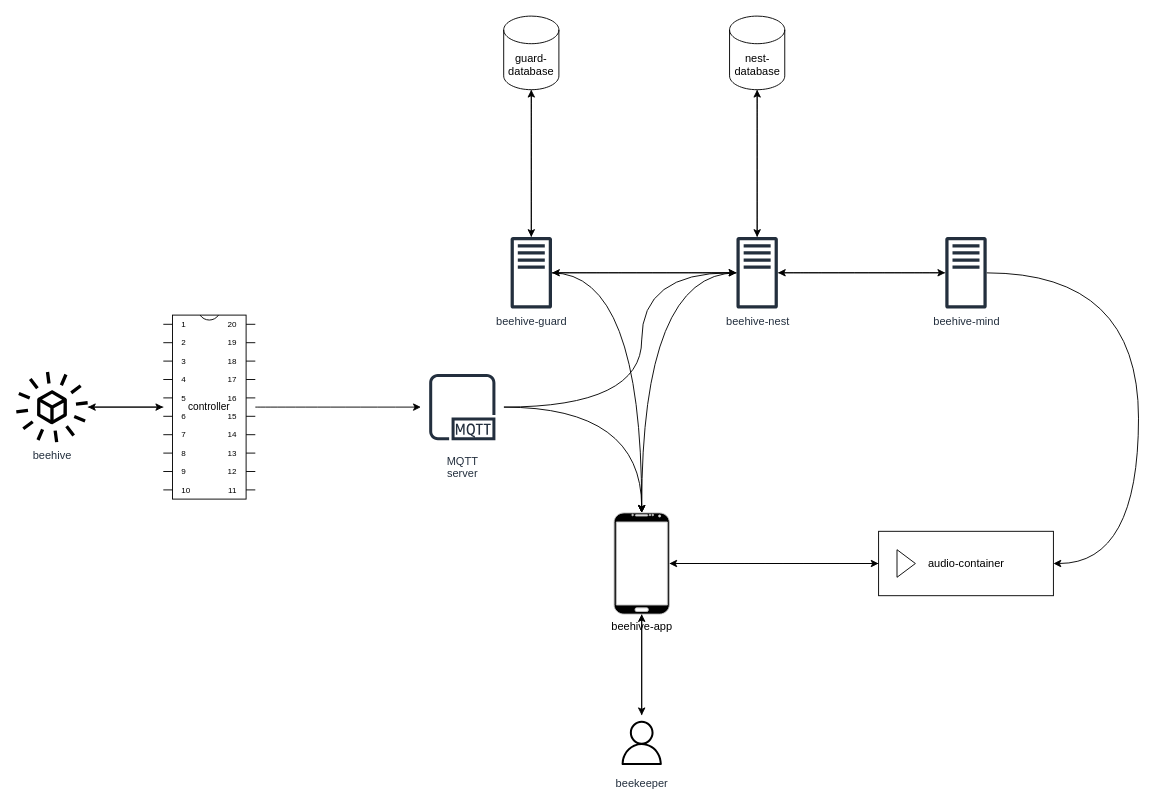
This is docs/architecture_diagram.drawio from carlos-montano-hub/bumblebee, a draw.io file, before an edit. Source tidied: cells renumbered, new cells numbered last; positions are measured from the earlier drawing's top-left corner, leaving out a move shared by most shapes. Both pictures are drawn from the tidied source at 92%, with x=0, y=0 at pixel (16, 16).
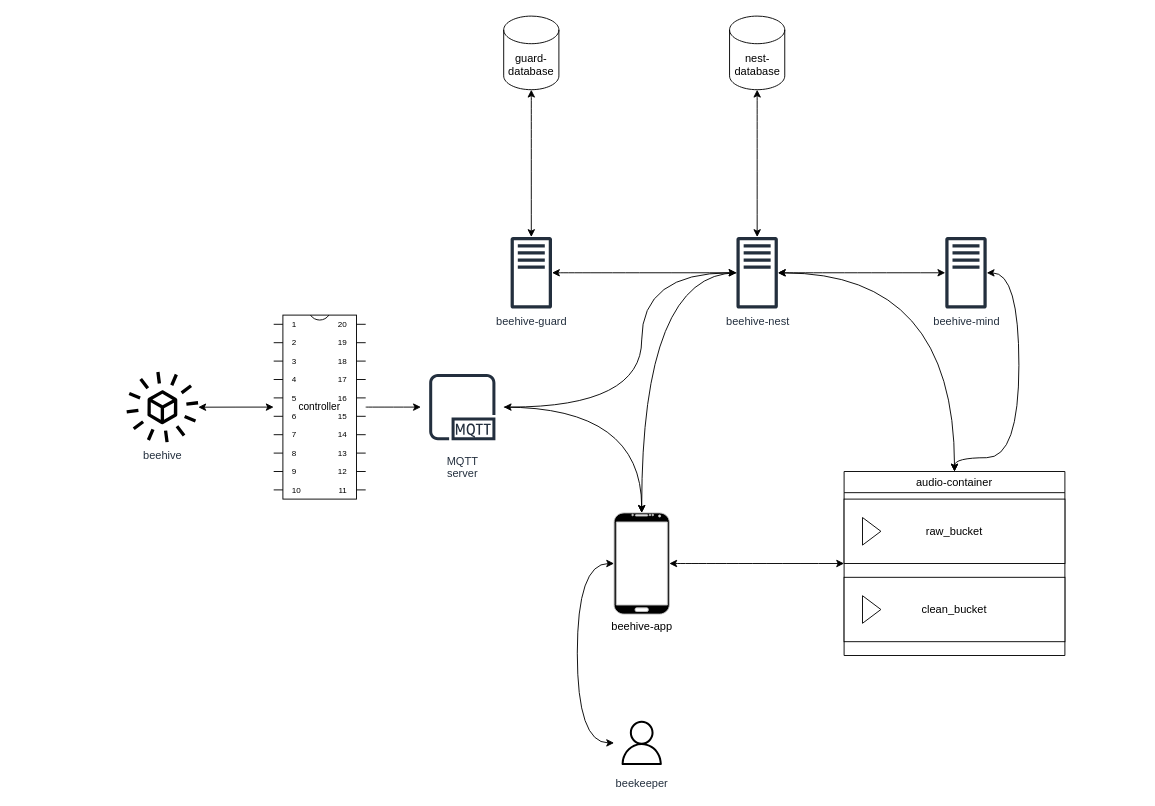
The same diagram, later.

The change refers to these unchanged cells:
```xml
<mxCell id="6" value="beehive-nest" style="sketch=0;outlineConnect=0;fontColor=#232F3E;gradientColor=none;fillColor=#232F3D;strokeColor=none;dashed=0;verticalLabelPosition=bottom;verticalAlign=top;align=center;html=1;fontSize=12;fontStyle=0;shape=mxgraph.aws4.traditional_server;" parent="1" vertex="1">
  <mxGeometry x="783" y="240" width="45" height="78" as="geometry" />
</mxCell>
<mxCell id="10" value="beehive-guard" style="sketch=0;outlineConnect=0;fontColor=#232F3E;gradientColor=none;fillColor=#232F3D;strokeColor=none;dashed=0;verticalLabelPosition=bottom;verticalAlign=top;align=center;html=1;fontSize=12;fontStyle=0;shape=mxgraph.aws4.traditional_server;" parent="1" vertex="1">
  <mxGeometry x="537.5" y="240" width="45" height="78" as="geometry" />
</mxCell>
<mxCell id="13" value="beehive-mind" style="sketch=0;outlineConnect=0;fontColor=#232F3E;gradientColor=none;fillColor=#232F3D;strokeColor=none;dashed=0;verticalLabelPosition=bottom;verticalAlign=top;align=center;html=1;fontSize=12;fontStyle=0;shape=mxgraph.aws4.traditional_server;" parent="1" vertex="1">
  <mxGeometry x="1010" y="240" width="45" height="78" as="geometry" />
</mxCell>
<mxCell id="15" value="nest-database" style="shape=cylinder3;whiteSpace=wrap;html=1;boundedLbl=1;backgroundOutline=1;size=15;" parent="1" vertex="1">
  <mxGeometry x="775.5" width="60" height="80" as="geometry" />
</mxCell>
<mxCell id="17" value="guard-database" style="shape=cylinder3;whiteSpace=wrap;html=1;boundedLbl=1;backgroundOutline=1;size=15;" parent="1" vertex="1">
  <mxGeometry x="530" width="60" height="80" as="geometry" />
</mxCell>
<mxCell id="23" value="MQTT&lt;br&gt;server" style="sketch=0;outlineConnect=0;fontColor=#232F3E;gradientColor=none;strokeColor=#232F3E;fillColor=#ffffff;dashed=0;verticalLabelPosition=bottom;verticalAlign=top;align=center;html=1;fontSize=12;fontStyle=0;shape=mxgraph.aws4.resourceIcon;resIcon=mxgraph.aws4.mqtt_protocol;fontFamily=Helvetica;labelBackgroundColor=default;" parent="1" vertex="1">
  <mxGeometry x="440" y="380" width="90" height="90" as="geometry" />
</mxCell>
<mxCell id="29" value="beehive-app" style="verticalLabelPosition=bottom;verticalAlign=top;html=1;shadow=0;dashed=0;strokeWidth=1;shape=mxgraph.android.phone2;strokeColor=#c0c0c0;fillColor=#00000;gradientColor=none;" parent="1" vertex="1">
  <mxGeometry x="650" y="540" width="60" height="110" as="geometry" />
</mxCell>
<mxCell id="33" value="beekeeper" style="sketch=0;outlineConnect=0;fontColor=#232F3E;gradientColor=none;strokeColor=#000000;fillColor=#ffffff;dashed=0;verticalLabelPosition=bottom;verticalAlign=top;align=center;html=1;fontSize=12;fontStyle=0;shape=mxgraph.aws4.resourceIcon;resIcon=mxgraph.aws4.user;" parent="1" vertex="1">
  <mxGeometry x="650" y="760" width="60" height="60" as="geometry" />
</mxCell>
```

The edit, as a diff of the source:
```diff
@@
-    <mxCell id="2" style="edgeStyle=orthogonalEdgeStyle;curved=1;html=1;" parent="1" edge="1" source="6" target="10">
-      <mxGeometry relative="1" as="geometry" />
-    </mxCell>
-    <mxCell id="3" style="edgeStyle=orthogonalEdgeStyle;curved=1;html=1;" parent="1" edge="1" source="6" target="15">
-      <mxGeometry relative="1" as="geometry" />
-    </mxCell>
+    <mxCell id="5" style="edgeStyle=orthogonalEdgeStyle;curved=1;html=1;" parent="1" edge="1" source="6" target="29">
+      <mxGeometry relative="1" as="geometry" />
+    </mxCell>
-    <mxCell id="4" style="edgeStyle=orthogonalEdgeStyle;curved=1;html=1;" parent="1" edge="1" source="6" target="13">
+    <mxCell id="4" style="edgeStyle=orthogonalEdgeStyle;shape=connector;curved=1;rounded=1;html=1;labelBackgroundColor=default;strokeColor=default;fontFamily=Helvetica;fontSize=11;fontColor=default;startArrow=classic;startFill=1;endArrow=classic;" parent="1" edge="1" source="6" target="13">
       <mxGeometry relative="1" as="geometry" />
     </mxCell>
-    <mxCell id="5" style="edgeStyle=orthogonalEdgeStyle;curved=1;html=1;" parent="1" edge="1" source="6" target="29">
-      <mxGeometry relative="1" as="geometry" />
-    </mxCell>
+    <mxCell id="34" style="edgeStyle=orthogonalEdgeStyle;shape=connector;curved=1;rounded=1;html=1;labelBackgroundColor=default;strokeColor=default;fontFamily=Helvetica;fontSize=11;fontColor=default;startArrow=classic;startFill=1;endArrow=classic;" parent="1" edge="1" source="6" target="37">
+      <mxGeometry relative="1" as="geometry" />
+    </mxCell>
@@
-    <mxCell id="7" style="edgeStyle=orthogonalEdgeStyle;curved=1;html=1;" parent="1" edge="1" source="10" target="6">
+    <mxCell id="7" style="edgeStyle=orthogonalEdgeStyle;shape=connector;curved=1;rounded=1;html=1;labelBackgroundColor=default;strokeColor=default;fontFamily=Helvetica;fontSize=11;fontColor=default;startArrow=classic;startFill=1;endArrow=classic;" parent="1" edge="1" source="10" target="6">
       <mxGeometry relative="1" as="geometry" />
     </mxCell>
-    <mxCell id="8" style="edgeStyle=orthogonalEdgeStyle;curved=1;html=1;" parent="1" edge="1" source="10" target="17">
-      <mxGeometry relative="1" as="geometry" />
-    </mxCell>
-    <mxCell id="9" style="edgeStyle=orthogonalEdgeStyle;curved=1;html=1;" parent="1" edge="1" source="10" target="29">
-      <mxGeometry relative="1" as="geometry" />
-    </mxCell>
@@
-    <mxCell id="11" style="edgeStyle=orthogonalEdgeStyle;curved=1;html=1;" parent="1" edge="1" source="13" target="19">
-      <mxGeometry relative="1" as="geometry">
-        <Array as="points">
-          <mxPoint x="1220" y="279" />
-          <mxPoint x="1220" y="595" />
-        </Array>
-      </mxGeometry>
-    </mxCell>
-    <mxCell id="12" style="edgeStyle=orthogonalEdgeStyle;curved=1;html=1;" parent="1" edge="1" source="13" target="6">
-      <mxGeometry relative="1" as="geometry" />
-    </mxCell>
+    <mxCell id="35" style="edgeStyle=orthogonalEdgeStyle;shape=connector;curved=1;rounded=1;html=1;labelBackgroundColor=default;strokeColor=default;fontFamily=Helvetica;fontSize=11;fontColor=default;startArrow=classic;startFill=1;endArrow=classic;" parent="1" edge="1" source="13" target="37">
+      <mxGeometry relative="1" as="geometry">
+        <Array as="points">
+          <mxPoint x="1090" y="279" />
+          <mxPoint x="1090" y="480" />
+          <mxPoint x="1020" y="480" />
+        </Array>
+      </mxGeometry>
+    </mxCell>
@@
-    <mxCell id="14" style="edgeStyle=orthogonalEdgeStyle;curved=1;html=1;" parent="1" edge="1" source="15" target="6">
+    <mxCell id="14" style="edgeStyle=orthogonalEdgeStyle;shape=connector;curved=1;rounded=1;html=1;labelBackgroundColor=default;strokeColor=default;fontFamily=Helvetica;fontSize=11;fontColor=default;startArrow=classic;startFill=1;endArrow=classic;" parent="1" edge="1" source="15" target="6">
       <mxGeometry relative="1" as="geometry" />
     </mxCell>
@@
-    <mxCell id="16" style="edgeStyle=orthogonalEdgeStyle;curved=1;html=1;" parent="1" edge="1" source="17" target="10">
+    <mxCell id="16" style="edgeStyle=orthogonalEdgeStyle;shape=connector;curved=1;rounded=1;html=1;labelBackgroundColor=default;strokeColor=default;fontFamily=Helvetica;fontSize=11;fontColor=default;startArrow=classic;startFill=1;endArrow=classic;" parent="1" edge="1" source="17" target="10">
       <mxGeometry relative="1" as="geometry" />
     </mxCell>
@@
-    <mxCell id="18" style="edgeStyle=orthogonalEdgeStyle;curved=1;html=1;" parent="1" edge="1" source="19" target="29">
-      <mxGeometry relative="1" as="geometry" />
-    </mxCell>
-    <mxCell id="19" value="audio-container" style="html=1;whiteSpace=wrap;" parent="1" vertex="1">
-      <mxGeometry x="937.5" y="560" width="190" height="70" as="geometry" />
-    </mxCell>
-    <mxCell id="20" style="triangle;html=1;whiteSpace=wrap;" parent="19" vertex="1">
-      <mxGeometry x="20" y="20" width="20" height="30" as="geometry" />
-    </mxCell>
@@
-    <mxCell id="22" style="edgeStyle=orthogonalEdgeStyle;curved=1;html=1;" parent="1" edge="1" source="23" target="6">
+    <mxCell id="22" style="edgeStyle=orthogonalEdgeStyle;curved=1;html=1;startArrow=classic;startFill=1;" parent="1" edge="1" source="23" target="6">
       <mxGeometry relative="1" as="geometry">
         <Array as="points">
           <mxPoint x="680" y="425" />
           <mxPoint x="680" y="279" />
         </Array>
       </mxGeometry>
     </mxCell>
@@
-    <mxCell id="25" style="edgeStyle=none;html=1;" parent="1" edge="1" source="26" target="31">
+    <mxCell id="25" style="edgeStyle=orthogonalEdgeStyle;shape=connector;curved=1;rounded=1;html=1;labelBackgroundColor=default;strokeColor=default;fontFamily=Helvetica;fontSize=11;fontColor=default;startArrow=classic;startFill=1;endArrow=classic;" parent="1" edge="1" source="26" target="31">
       <mxGeometry relative="1" as="geometry" />
     </mxCell>
     <mxCell id="26" value="controller" style="shadow=0;dashed=0;align=center;html=1;strokeWidth=1;shape=mxgraph.electrical.logic_gates.dual_inline_ic;labelNames=a,b,c,d,e,f,g,h,i,j,k,l,m,n,o,p,q,r,s,t;whiteSpace=wrap;fontFamily=Helvetica;fontSize=11;fontColor=default;labelBackgroundColor=default;" parent="1" vertex="1">
-      <mxGeometry x="160" y="325" width="100" height="200" as="geometry" />
+      <mxGeometry x="280" y="325" width="100" height="200" as="geometry" />
     </mxCell>
-    <mxCell id="27" style="edgeStyle=orthogonalEdgeStyle;curved=1;html=1;" parent="1" edge="1" source="29" target="19">
-      <mxGeometry relative="1" as="geometry" />
-    </mxCell>
-    <mxCell id="28" style="edgeStyle=none;html=1;" parent="1" edge="1" source="29" target="33">
-      <mxGeometry relative="1" as="geometry" />
-    </mxCell>
+    <mxCell id="36" style="edgeStyle=orthogonalEdgeStyle;shape=connector;curved=1;rounded=1;html=1;labelBackgroundColor=default;strokeColor=default;fontFamily=Helvetica;fontSize=11;fontColor=default;startArrow=classic;startFill=1;endArrow=classic;" parent="1" edge="1" source="29" target="37">
+      <mxGeometry relative="1" as="geometry" />
+    </mxCell>
@@
-    <mxCell id="30" style="edgeStyle=none;html=1;" parent="1" edge="1" source="31" target="26">
-      <mxGeometry relative="1" as="geometry" />
-    </mxCell>
     <mxCell id="31" value="beehive" style="sketch=0;outlineConnect=0;fontColor=#232F3E;gradientColor=none;fillColor=#000000;strokeColor=none;dashed=0;verticalLabelPosition=bottom;verticalAlign=top;align=center;html=1;fontSize=12;fontStyle=0;shape=mxgraph.aws4.eventbridge_saas_partner_event_bus_resource;" parent="1" vertex="1">
-      <mxGeometry y="386" width="78" height="78" as="geometry" />
+      <mxGeometry x="120" y="386" width="78" height="78" as="geometry" />
     </mxCell>
-    <mxCell id="32" style="edgeStyle=none;html=1;" parent="1" edge="1" source="33" target="29">
-      <mxGeometry relative="1" as="geometry" />
+    <mxCell id="32" style="edgeStyle=orthogonalEdgeStyle;shape=connector;curved=1;rounded=1;html=1;labelBackgroundColor=default;strokeColor=default;fontFamily=Helvetica;fontSize=11;fontColor=default;startArrow=classic;startFill=1;endArrow=classic;" parent="1" edge="1" source="33" target="29">
+      <mxGeometry relative="1" as="geometry">
+        <Array as="points">
+          <mxPoint x="610" y="790" />
+          <mxPoint x="610" y="595" />
+        </Array>
+      </mxGeometry>
     </mxCell>
@@
+    <mxCell id="37" value="&lt;span style=&quot;font-size: 12px; font-weight: 400;&quot;&gt;audio-container&lt;/span&gt;" style="swimlane;whiteSpace=wrap;html=1;fontFamily=Helvetica;fontSize=11;fontColor=default;" parent="1" vertex="1">
+      <mxGeometry x="900" y="495" width="240" height="200" as="geometry" />
+    </mxCell>
+    <mxCell id="19" value="raw_bucket" style="html=1;whiteSpace=wrap;" parent="37" vertex="1">
+      <mxGeometry y="30" width="240" height="70" as="geometry" />
+    </mxCell>
+    <mxCell id="20" style="triangle;html=1;whiteSpace=wrap;" parent="19" vertex="1">
+      <mxGeometry x="20" y="20" width="20" height="30" as="geometry" />
+    </mxCell>
+    <mxCell id="38" value="clean_bucket" style="html=1;whiteSpace=wrap;" parent="37" vertex="1">
+      <mxGeometry y="115" width="240" height="70" as="geometry" />
+    </mxCell>
+    <mxCell id="39" style="triangle;html=1;whiteSpace=wrap;" parent="38" vertex="1">
+      <mxGeometry x="20" y="20" width="20" height="30" as="geometry" />
+    </mxCell>
```
